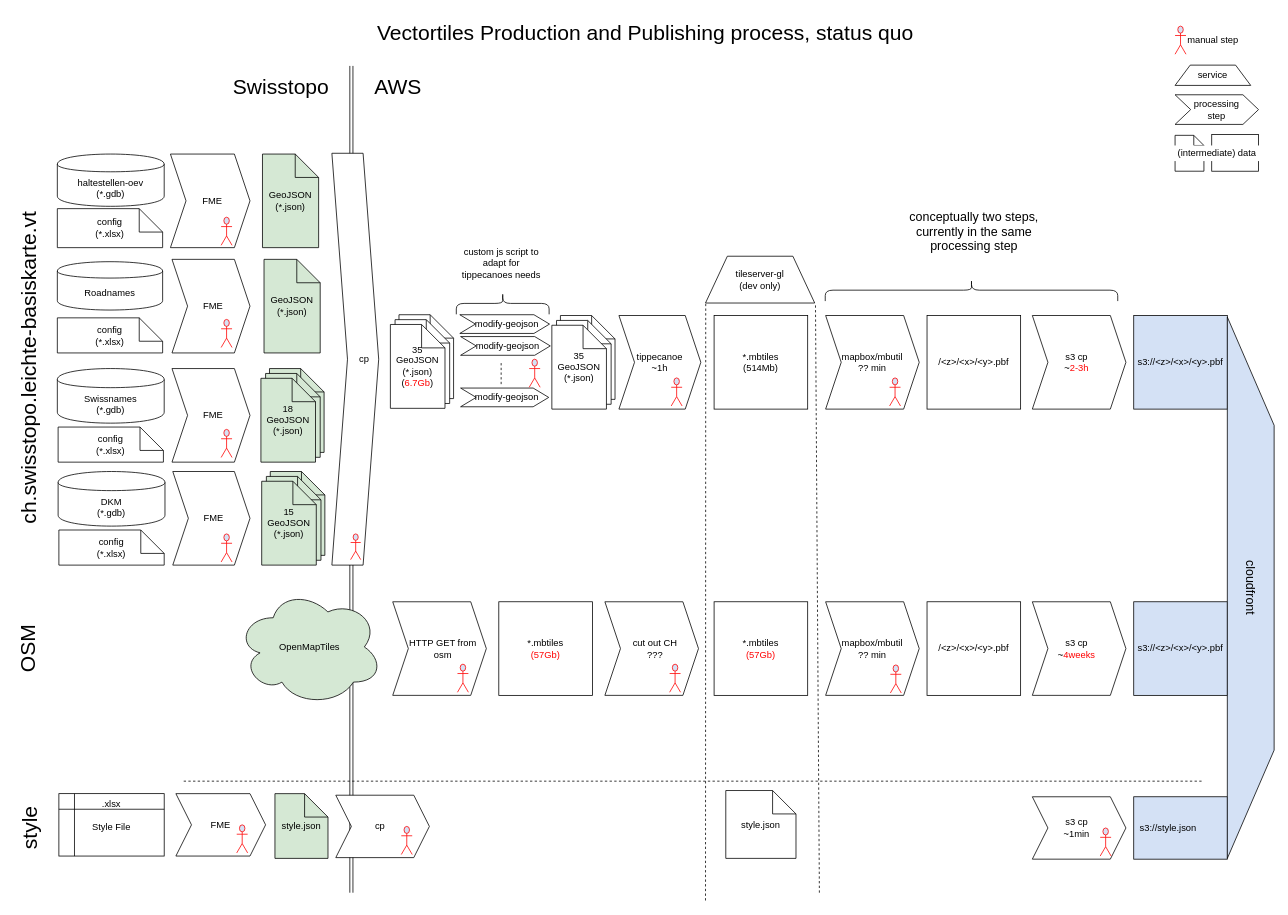
boecklic/notebooks keeps this draw.io diagram as mvt/mvt_pipeline.dio. Above is the earlier version. Source tidied: cells renumbered, new cells numbered last; positions are measured from the earlier drawing's top-left corner, leaving out a move shared by most shapes. Both pictures are drawn from the tidied source at 78%, with x=0, y=0 at pixel (-183, 13).
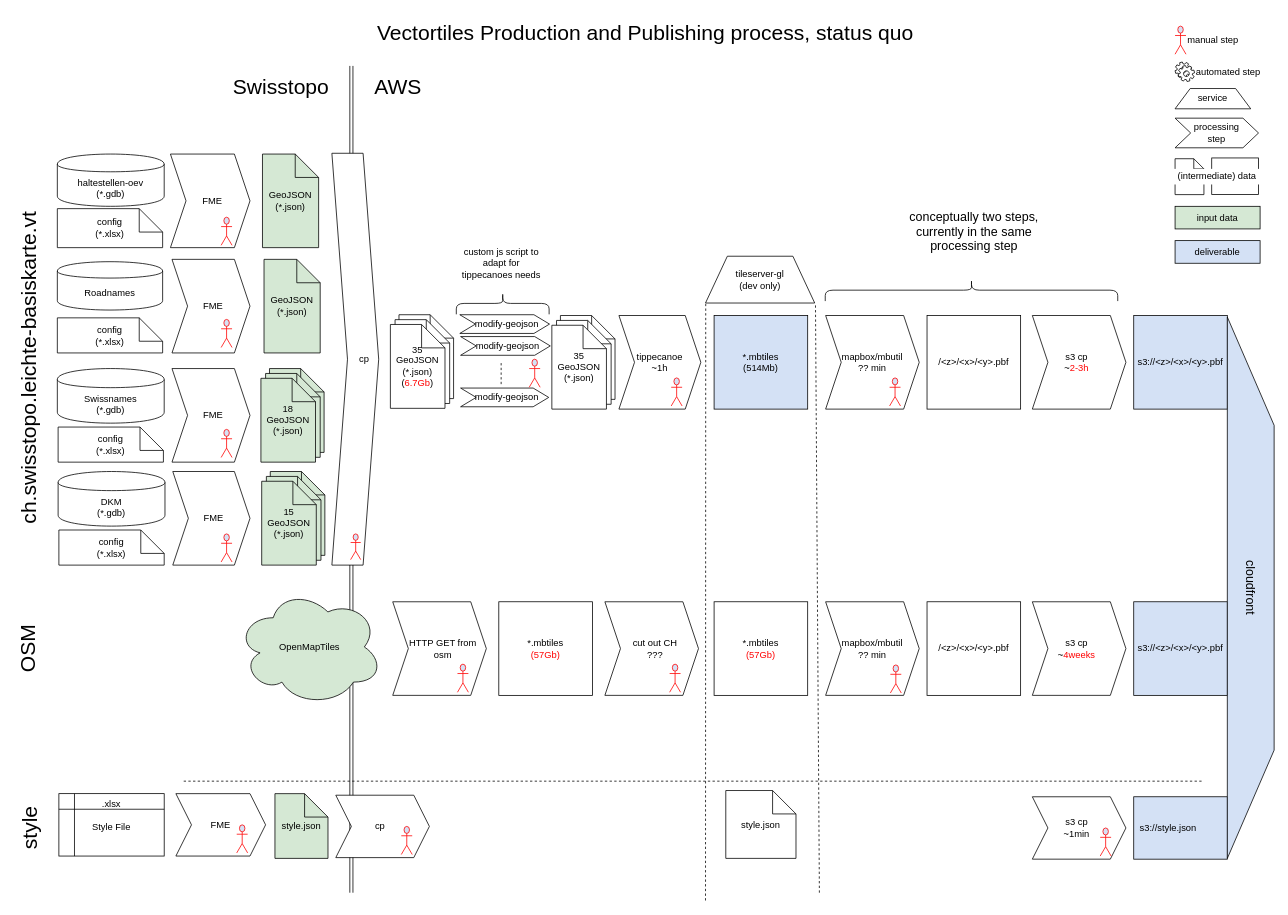
The same page after the edit.

Diff of the diagram source:
```diff
@@
-    <mxCell id="3" value="&lt;div&gt;*.mbtiles&lt;/div&gt;&lt;div&gt;(514Mb)&lt;br&gt;&lt;/div&gt;" style="rounded=0;whiteSpace=wrap;html=1;" parent="1" vertex="1">
+    <mxCell id="3" value="&lt;div&gt;*.mbtiles&lt;/div&gt;&lt;div&gt;(514Mb)&lt;br&gt;&lt;/div&gt;" style="rounded=0;whiteSpace=wrap;html=1;fillColor=#D4E1F5;" parent="1" vertex="1">
       <mxGeometry x="1150" y="387" width="120" height="120" as="geometry" />
     </mxCell>
@@
     <mxCell id="69" value="service" style="shape=trapezoid;perimeter=trapezoidPerimeter;whiteSpace=wrap;html=1;strokeColor=#000000;strokeWidth=1;fillColor=#FFFFFF;fontSize=12;fontColor=#000000;align=center;" parent="1" vertex="1">
-      <mxGeometry x="1741" y="66" width="97" height="26" as="geometry" />
+      <mxGeometry x="1741" y="96" width="97" height="26" as="geometry" />
     </mxCell>
     <mxCell id="70" value="&lt;div&gt;processing&lt;/div&gt;&lt;div&gt;step&lt;br&gt;&lt;/div&gt;" style="shape=step;perimeter=stepPerimeter;whiteSpace=wrap;html=1;fixedSize=1;strokeColor=#000000;strokeWidth=1;fillColor=#FFFFFF;fontSize=12;fontColor=#000000;align=center;" parent="1" vertex="1">
-      <mxGeometry x="1741" y="104" width="107" height="38" as="geometry" />
+      <mxGeometry x="1741" y="134" width="107" height="38" as="geometry" />
     </mxCell>
     <mxCell id="71" style="shape=note;whiteSpace=wrap;html=1;strokeColor=#000000;strokeWidth=1;fillColor=#FFFFFF;fontSize=12;fontColor=#000000;align=center;size=13;" parent="1" vertex="1">
-      <mxGeometry x="1741" y="156" width="37" height="46" as="geometry" />
+      <mxGeometry x="1741" y="186" width="37" height="46" as="geometry" />
     </mxCell>
     <mxCell id="72" style="rounded=0;whiteSpace=wrap;html=1;strokeColor=#000000;strokeWidth=1;fillColor=#FFFFFF;fontSize=12;fontColor=#000000;align=center;" parent="1" vertex="1">
-      <mxGeometry x="1788" y="155" width="60" height="47" as="geometry" />
+      <mxGeometry x="1788" y="185" width="60" height="47" as="geometry" />
     </mxCell>
     <mxCell id="73" value="(intermediate) data" style="text;html=1;strokeColor=none;fillColor=#ffffff;align=center;verticalAlign=middle;whiteSpace=wrap;rounded=0;fontSize=12;fontColor=#000000;" parent="1" vertex="1">
-      <mxGeometry x="1735" y="169" width="120" height="20" as="geometry" />
+      <mxGeometry x="1735" y="199" width="120" height="20" as="geometry" />
     </mxCell>
@@
+    <mxCell id="101" value="input data" style="rounded=0;whiteSpace=wrap;html=1;fillColor=#D5E8D4;" parent="1" vertex="1">
+      <mxGeometry x="1741" y="247" width="109" height="29" as="geometry" />
+    </mxCell>
+    <mxCell id="102" value="deliverable" style="rounded=0;whiteSpace=wrap;html=1;fillColor=#D4E1F5;" parent="1" vertex="1">
+      <mxGeometry x="1741" y="291" width="109" height="29" as="geometry" />
+    </mxCell>
+    <mxCell id="103" value="automated step" style="shape=mxgraph.bpmn.service_task;html=1;labelPosition=right;verticalLabelPosition=middle;align=left;verticalAlign=middle;" parent="1" vertex="1">
+      <mxGeometry x="1741" y="62" width="25" height="25" as="geometry" />
+    </mxCell>
```
